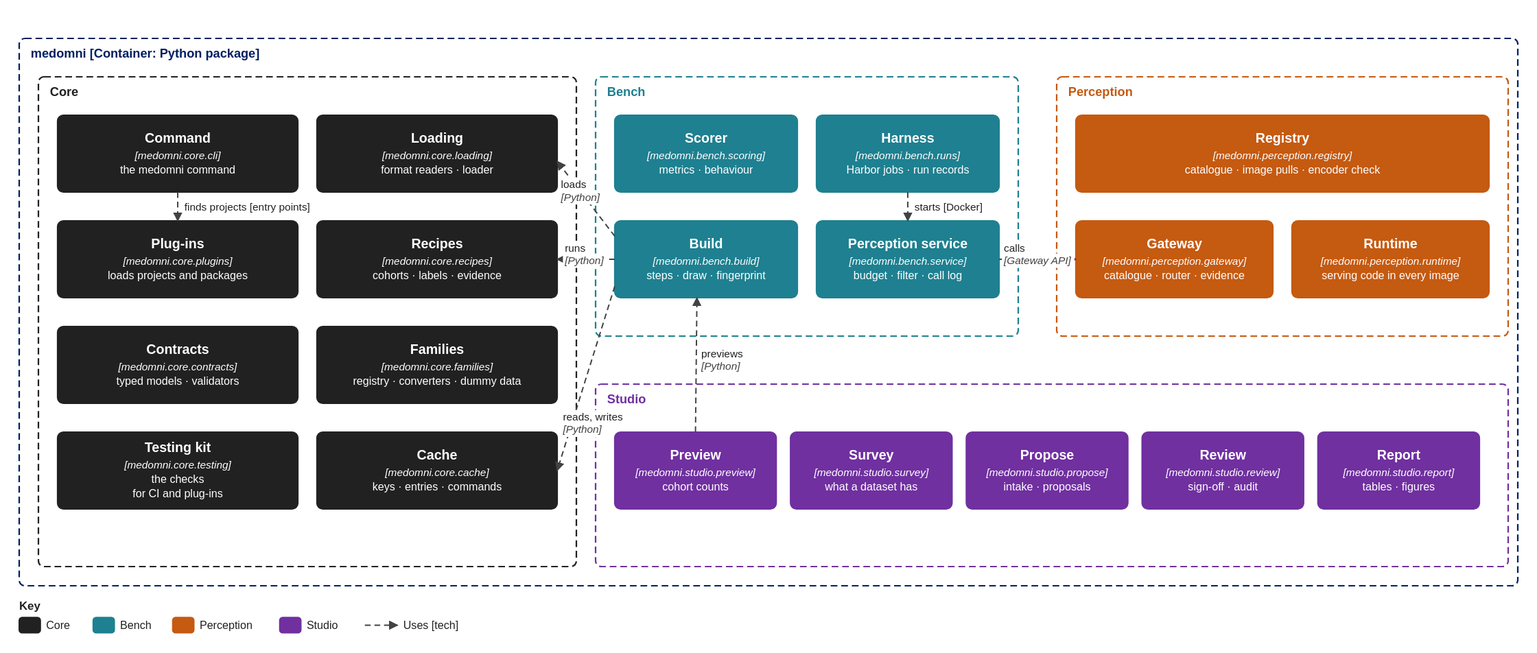
The draw.io diagram docs/assets/c3-components.drawio.svg in medomni/MedOmni, before a commit. Source tidied: cells renumbered, new cells last; positions are measured from the earlier drawing's top-left corner, leaving out a move shared by most shapes.
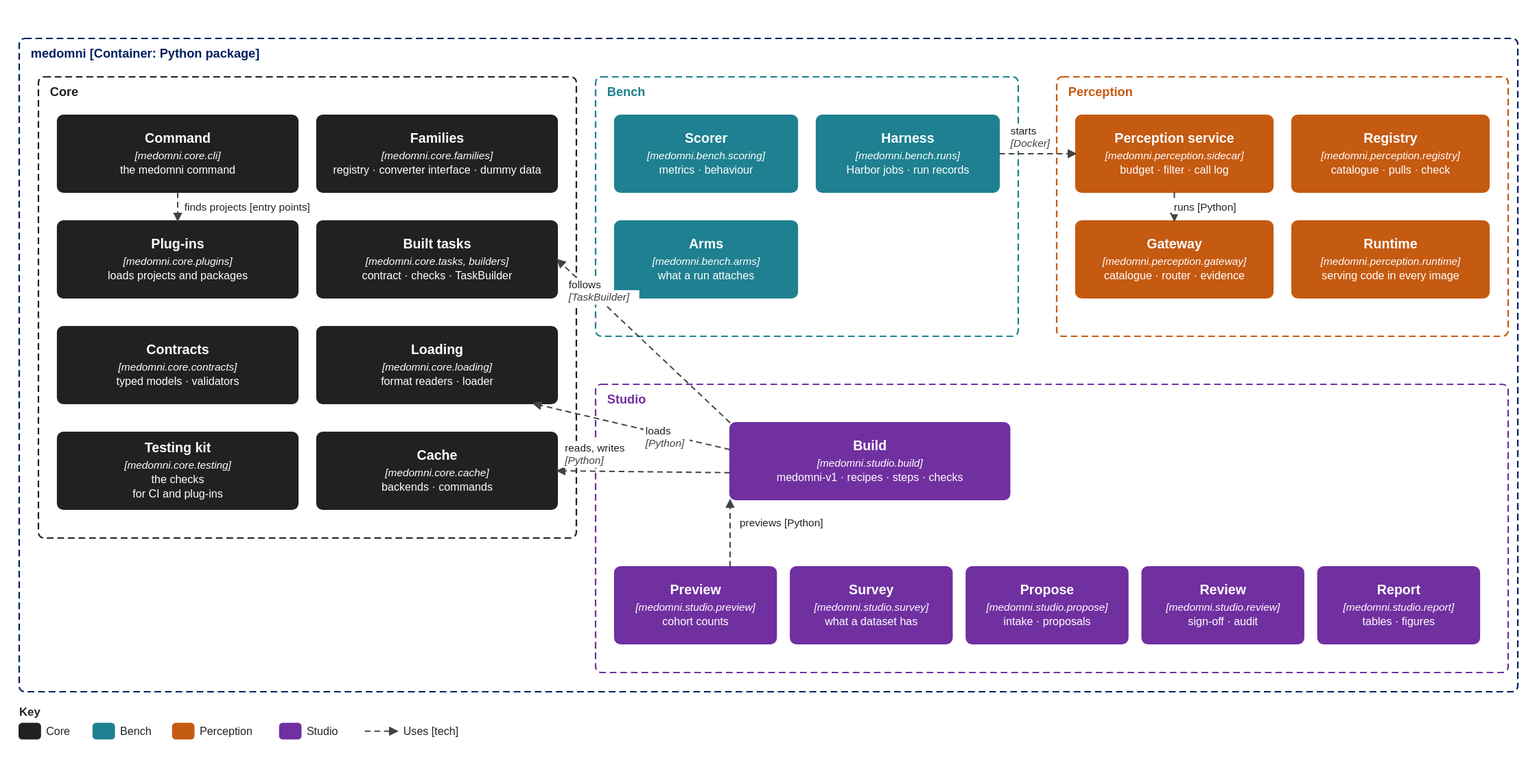
Above is the later version.

Change to the diagram source:
```diff
@@ -3,10 +3,10 @@
     <mxCell id="0" />
     <mxCell id="1" parent="0" />
     <mxCell id="2" value="&lt;b&gt;medomni [Container: Python package]&lt;/b&gt;" style="rounded=1;arcSize=2;whiteSpace=wrap;html=1;fillColor=none;strokeColor=#002060;strokeWidth=1.6;dashed=1;dashPattern=7 4;verticalAlign=top;align=left;spacingLeft=10;fontColor=#002060;fontSize=13;fontFamily=Helvetica, Arial, sans-serif;" parent="1" vertex="1">
-      <mxGeometry width="1560" height="570" as="geometry" />
+      <mxGeometry width="1560" height="680" as="geometry" />
     </mxCell>
     <mxCell id="3" value="&lt;b&gt;Core&lt;/b&gt;" style="rounded=1;arcSize=2;whiteSpace=wrap;html=1;fillColor=none;strokeColor=#212121;strokeWidth=1.6;dashed=1;dashPattern=7 4;verticalAlign=top;align=left;spacingLeft=10;fontColor=#212121;fontSize=13;fontFamily=Helvetica, Arial, sans-serif;" parent="1" vertex="1">
-      <mxGeometry x="20" y="40" width="560" height="510" as="geometry" />
+      <mxGeometry x="20" y="40" width="560" height="480" as="geometry" />
     </mxCell>
     <mxCell id="4" value="&lt;b&gt;Bench&lt;/b&gt;" style="rounded=1;arcSize=2;whiteSpace=wrap;html=1;fillColor=none;strokeColor=#1E8090;strokeWidth=1.6;dashed=1;dashPattern=7 4;verticalAlign=top;align=left;spacingLeft=10;fontColor=#1E8090;fontSize=13;fontFamily=Helvetica, Arial, sans-serif;" parent="1" vertex="1">
       <mxGeometry x="600" y="40" width="440" height="270" as="geometry" />
@@ -15,7 +15,7 @@
       <mxGeometry x="1080" y="40" width="470" height="270" as="geometry" />
     </mxCell>
     <mxCell id="6" value="&lt;b&gt;Studio&lt;/b&gt;" style="rounded=1;arcSize=2;whiteSpace=wrap;html=1;fillColor=none;strokeColor=#7030A0;strokeWidth=1.6;dashed=1;dashPattern=7 4;verticalAlign=top;align=left;spacingLeft=10;fontColor=#7030A0;fontSize=13;fontFamily=Helvetica, Arial, sans-serif;" parent="1" vertex="1">
-      <mxGeometry x="600" y="360" width="950" height="190" as="geometry" />
+      <mxGeometry x="600" y="360" width="950" height="300" as="geometry" />
     </mxCell>
     <mxCell id="7" value="&lt;b style='font-size:14px'&gt;Command&lt;/b&gt;&lt;br&gt;&lt;i style='font-size:11px'&gt;[medomni.core.cli]&lt;/i&gt;&lt;br&gt;the medomni command" style="rounded=1;arcSize=6;whiteSpace=wrap;html=1;fillColor=#212121;strokeColor=#212121;strokeWidth=1.6;fontColor=#FFFFFF;fontSize=11.5;fontFamily=Helvetica, Arial, sans-serif;" parent="1" vertex="1">
       <mxGeometry x="40" y="80" width="250" height="80" as="geometry" />
@@ -30,31 +30,31 @@
       <mxGeometry x="40" y="410" width="250" height="80" as="geometry" />
     </mxCell>
     <mxCell id="11" value="&lt;b style='font-size:14px'&gt;Loading&lt;/b&gt;&lt;br&gt;&lt;i style='font-size:11px'&gt;[medomni.core.loading]&lt;/i&gt;&lt;br&gt;format readers · loader" style="rounded=1;arcSize=6;whiteSpace=wrap;html=1;fillColor=#212121;strokeColor=#212121;strokeWidth=1.6;fontColor=#FFFFFF;fontSize=11.5;fontFamily=Helvetica, Arial, sans-serif;" parent="1" vertex="1">
-      <mxGeometry x="310" y="80" width="250" height="80" as="geometry" />
+      <mxGeometry x="310" y="300" width="250" height="80" as="geometry" />
     </mxCell>
-    <mxCell id="12" value="&lt;b style='font-size:14px'&gt;Recipes&lt;/b&gt;&lt;br&gt;&lt;i style='font-size:11px'&gt;[medomni.core.recipes]&lt;/i&gt;&lt;br&gt;cohorts · labels · evidence" style="rounded=1;arcSize=6;whiteSpace=wrap;html=1;fillColor=#212121;strokeColor=#212121;strokeWidth=1.6;fontColor=#FFFFFF;fontSize=11.5;fontFamily=Helvetica, Arial, sans-serif;" parent="1" vertex="1">
-      <mxGeometry x="310" y="190" width="250" height="80" as="geometry" />
-    </mxCell>
-    <mxCell id="13" value="&lt;b style='font-size:14px'&gt;Families&lt;/b&gt;&lt;br&gt;&lt;i style='font-size:11px'&gt;[medomni.core.families]&lt;/i&gt;&lt;br&gt;registry · converters · dummy data" style="rounded=1;arcSize=6;whiteSpace=wrap;html=1;fillColor=#212121;strokeColor=#212121;strokeWidth=1.6;fontColor=#FFFFFF;fontSize=11.5;fontFamily=Helvetica, Arial, sans-serif;" parent="1" vertex="1">
-      <mxGeometry x="310" y="300" width="250" height="80" as="geometry" />
+    <mxCell id="13" value="&lt;b style='font-size:14px'&gt;Families&lt;/b&gt;&lt;br&gt;&lt;i style='font-size:11px'&gt;[medomni.core.families]&lt;/i&gt;&lt;br&gt;registry · converter interface · dummy data" style="rounded=1;arcSize=6;whiteSpace=wrap;html=1;fillColor=#212121;strokeColor=#212121;strokeWidth=1.6;fontColor=#FFFFFF;fontSize=11.5;fontFamily=Helvetica, Arial, sans-serif;" parent="1" vertex="1">
+      <mxGeometry x="310" y="80" width="250" height="80" as="geometry" />
     </mxCell>
-    <mxCell id="14" value="&lt;b style='font-size:14px'&gt;Cache&lt;/b&gt;&lt;br&gt;&lt;i style='font-size:11px'&gt;[medomni.core.cache]&lt;/i&gt;&lt;br&gt;keys · entries · commands" style="rounded=1;arcSize=6;whiteSpace=wrap;html=1;fillColor=#212121;strokeColor=#212121;strokeWidth=1.6;fontColor=#FFFFFF;fontSize=11.5;fontFamily=Helvetica, Arial, sans-serif;" parent="1" vertex="1">
+    <mxCell id="14" value="&lt;b style='font-size:14px'&gt;Cache&lt;/b&gt;&lt;br&gt;&lt;i style='font-size:11px'&gt;[medomni.core.cache]&lt;/i&gt;&lt;br&gt;backends · commands" style="rounded=1;arcSize=6;whiteSpace=wrap;html=1;fillColor=#212121;strokeColor=#212121;strokeWidth=1.6;fontColor=#FFFFFF;fontSize=11.5;fontFamily=Helvetica, Arial, sans-serif;" parent="1" vertex="1">
       <mxGeometry x="310" y="410" width="250" height="80" as="geometry" />
     </mxCell>
+    <mxCell id="34" value="&lt;b style='font-size:14px'&gt;Built tasks&lt;/b&gt;&lt;br&gt;&lt;i style='font-size:11px'&gt;[medomni.core.tasks, builders]&lt;/i&gt;&lt;br&gt;contract · checks · TaskBuilder" style="rounded=1;arcSize=6;whiteSpace=wrap;html=1;fillColor=#212121;strokeColor=#212121;strokeWidth=1.6;fontColor=#FFFFFF;fontSize=11.5;fontFamily=Helvetica, Arial, sans-serif;" parent="1" vertex="1">
+      <mxGeometry x="310" y="190" width="250" height="80" as="geometry" />
+    </mxCell>
     <mxCell id="15" value="&lt;b style='font-size:14px'&gt;Scorer&lt;/b&gt;&lt;br&gt;&lt;i style='font-size:11px'&gt;[medomni.bench.scoring]&lt;/i&gt;&lt;br&gt;metrics · behaviour" style="rounded=1;arcSize=6;whiteSpace=wrap;html=1;fillColor=#1E8090;strokeColor=#1E8090;strokeWidth=1.6;fontColor=#FFFFFF;fontSize=11.5;fontFamily=Helvetica, Arial, sans-serif;" parent="1" vertex="1">
       <mxGeometry x="620" y="80" width="190" height="80" as="geometry" />
     </mxCell>
     <mxCell id="16" value="&lt;b style='font-size:14px'&gt;Harness&lt;/b&gt;&lt;br&gt;&lt;i style='font-size:11px'&gt;[medomni.bench.runs]&lt;/i&gt;&lt;br&gt;Harbor jobs · run records" style="rounded=1;arcSize=6;whiteSpace=wrap;html=1;fillColor=#1E8090;strokeColor=#1E8090;strokeWidth=1.6;fontColor=#FFFFFF;fontSize=11.5;fontFamily=Helvetica, Arial, sans-serif;" parent="1" vertex="1">
       <mxGeometry x="830" y="80" width="190" height="80" as="geometry" />
     </mxCell>
-    <mxCell id="17" value="&lt;b style='font-size:14px'&gt;Build&lt;/b&gt;&lt;br&gt;&lt;i style='font-size:11px'&gt;[medomni.bench.build]&lt;/i&gt;&lt;br&gt;steps · draw · fingerprint" style="rounded=1;arcSize=6;whiteSpace=wrap;html=1;fillColor=#1E8090;strokeColor=#1E8090;strokeWidth=1.6;fontColor=#FFFFFF;fontSize=11.5;fontFamily=Helvetica, Arial, sans-serif;" parent="1" vertex="1">
-      <mxGeometry x="620" y="190" width="190" height="80" as="geometry" />
-    </mxCell>
+    <mxCell id="35" value="&lt;b style='font-size:14px'&gt;Arms&lt;/b&gt;&lt;br&gt;&lt;i style='font-size:11px'&gt;[medomni.bench.arms]&lt;/i&gt;&lt;br&gt;what a run attaches" style="rounded=1;arcSize=6;whiteSpace=wrap;html=1;fillColor=#1E8090;strokeColor=#1E8090;strokeWidth=1.6;fontColor=#FFFFFF;fontSize=11.5;fontFamily=Helvetica, Arial, sans-serif;" parent="1" vertex="1">
+      <mxGeometry x="620" y="190" width="190" height="80" as="geometry" />
+    </mxCell>
-    <mxCell id="18" value="&lt;b style='font-size:14px'&gt;Perception service&lt;/b&gt;&lt;br&gt;&lt;i style='font-size:11px'&gt;[medomni.bench.service]&lt;/i&gt;&lt;br&gt;budget · filter · call log" style="rounded=1;arcSize=6;whiteSpace=wrap;html=1;fillColor=#1E8090;strokeColor=#1E8090;strokeWidth=1.6;fontColor=#FFFFFF;fontSize=11.5;fontFamily=Helvetica, Arial, sans-serif;" parent="1" vertex="1">
-      <mxGeometry x="830" y="190" width="190" height="80" as="geometry" />
+    <mxCell id="18" value="&lt;b style='font-size:14px'&gt;Perception service&lt;/b&gt;&lt;br&gt;&lt;i style='font-size:11px'&gt;[medomni.perception.sidecar]&lt;/i&gt;&lt;br&gt;budget · filter · call log" style="rounded=1;arcSize=6;whiteSpace=wrap;html=1;fillColor=#C55A11;strokeColor=#C55A11;strokeWidth=1.6;fontColor=#FFFFFF;fontSize=11.5;fontFamily=Helvetica, Arial, sans-serif;" parent="1" vertex="1">
+      <mxGeometry x="1100" y="80" width="205" height="80" as="geometry" />
     </mxCell>
-    <mxCell id="19" value="&lt;b style='font-size:14px'&gt;Registry&lt;/b&gt;&lt;br&gt;&lt;i style='font-size:11px'&gt;[medomni.perception.registry]&lt;/i&gt;&lt;br&gt;catalogue · image pulls · encoder check" style="rounded=1;arcSize=6;whiteSpace=wrap;html=1;fillColor=#C55A11;strokeColor=#C55A11;strokeWidth=1.6;fontColor=#FFFFFF;fontSize=11.5;fontFamily=Helvetica, Arial, sans-serif;" parent="1" vertex="1">
-      <mxGeometry x="1100" y="80" width="430" height="80" as="geometry" />
+    <mxCell id="19" value="&lt;b style='font-size:14px'&gt;Registry&lt;/b&gt;&lt;br&gt;&lt;i style='font-size:11px'&gt;[medomni.perception.registry]&lt;/i&gt;&lt;br&gt;catalogue · pulls · check" style="rounded=1;arcSize=6;whiteSpace=wrap;html=1;fillColor=#C55A11;strokeColor=#C55A11;strokeWidth=1.6;fontColor=#FFFFFF;fontSize=11.5;fontFamily=Helvetica, Arial, sans-serif;" parent="1" vertex="1">
+      <mxGeometry x="1325" y="80" width="205" height="80" as="geometry" />
     </mxCell>
     <mxCell id="20" value="&lt;b style='font-size:14px'&gt;Gateway&lt;/b&gt;&lt;br&gt;&lt;i style='font-size:11px'&gt;[medomni.perception.gateway]&lt;/i&gt;&lt;br&gt;catalogue · router · evidence" style="rounded=1;arcSize=6;whiteSpace=wrap;html=1;fillColor=#C55A11;strokeColor=#C55A11;strokeWidth=1.6;fontColor=#FFFFFF;fontSize=11.5;fontFamily=Helvetica, Arial, sans-serif;" parent="1" vertex="1">
       <mxGeometry x="1100" y="190" width="205" height="80" as="geometry" />
@@ -62,20 +62,23 @@
     <mxCell id="21" value="&lt;b style='font-size:14px'&gt;Runtime&lt;/b&gt;&lt;br&gt;&lt;i style='font-size:11px'&gt;[medomni.perception.runtime]&lt;/i&gt;&lt;br&gt;serving code in every image" style="rounded=1;arcSize=6;whiteSpace=wrap;html=1;fillColor=#C55A11;strokeColor=#C55A11;strokeWidth=1.6;fontColor=#FFFFFF;fontSize=11.5;fontFamily=Helvetica, Arial, sans-serif;" parent="1" vertex="1">
       <mxGeometry x="1325" y="190" width="205" height="80" as="geometry" />
     </mxCell>
+    <mxCell id="17" value="&lt;b style='font-size:14px'&gt;Build&lt;/b&gt;&lt;br&gt;&lt;i style='font-size:11px'&gt;[medomni.studio.build]&lt;/i&gt;&lt;br&gt;medomni-v1 · recipes · steps · checks" style="rounded=1;arcSize=6;whiteSpace=wrap;html=1;fillColor=#7030A0;strokeColor=#7030A0;strokeWidth=1.6;fontColor=#FFFFFF;fontSize=11.5;fontFamily=Helvetica, Arial, sans-serif;" parent="1" vertex="1">
+      <mxGeometry x="740" y="400" width="291" height="80" as="geometry" />
+    </mxCell>
     <mxCell id="22" value="&lt;b style='font-size:14px'&gt;Preview&lt;/b&gt;&lt;br&gt;&lt;i style='font-size:11px'&gt;[medomni.studio.preview]&lt;/i&gt;&lt;br&gt;cohort counts" style="rounded=1;arcSize=6;whiteSpace=wrap;html=1;fillColor=#7030A0;strokeColor=#7030A0;strokeWidth=1.6;fontColor=#FFFFFF;fontSize=11.5;fontFamily=Helvetica, Arial, sans-serif;" parent="1" vertex="1">
-      <mxGeometry x="620" y="410" width="168" height="80" as="geometry" />
+      <mxGeometry x="620" y="550" width="168" height="80" as="geometry" />
     </mxCell>
     <mxCell id="23" value="&lt;b style='font-size:14px'&gt;Survey&lt;/b&gt;&lt;br&gt;&lt;i style='font-size:11px'&gt;[medomni.studio.survey]&lt;/i&gt;&lt;br&gt;what a dataset has" style="rounded=1;arcSize=6;whiteSpace=wrap;html=1;fillColor=#7030A0;strokeColor=#7030A0;strokeWidth=1.6;fontColor=#FFFFFF;fontSize=11.5;fontFamily=Helvetica, Arial, sans-serif;" parent="1" vertex="1">
-      <mxGeometry x="803" y="410" width="168" height="80" as="geometry" />
+      <mxGeometry x="803" y="550" width="168" height="80" as="geometry" />
     </mxCell>
     <mxCell id="24" value="&lt;b style='font-size:14px'&gt;Propose&lt;/b&gt;&lt;br&gt;&lt;i style='font-size:11px'&gt;[medomni.studio.propose]&lt;/i&gt;&lt;br&gt;intake · proposals" style="rounded=1;arcSize=6;whiteSpace=wrap;html=1;fillColor=#7030A0;strokeColor=#7030A0;strokeWidth=1.6;fontColor=#FFFFFF;fontSize=11.5;fontFamily=Helvetica, Arial, sans-serif;" parent="1" vertex="1">
-      <mxGeometry x="986" y="410" width="168" height="80" as="geometry" />
+      <mxGeometry x="986" y="550" width="168" height="80" as="geometry" />
     </mxCell>
     <mxCell id="25" value="&lt;b style='font-size:14px'&gt;Review&lt;/b&gt;&lt;br&gt;&lt;i style='font-size:11px'&gt;[medomni.studio.review]&lt;/i&gt;&lt;br&gt;sign-off · audit" style="rounded=1;arcSize=6;whiteSpace=wrap;html=1;fillColor=#7030A0;strokeColor=#7030A0;strokeWidth=1.6;fontColor=#FFFFFF;fontSize=11.5;fontFamily=Helvetica, Arial, sans-serif;" parent="1" vertex="1">
-      <mxGeometry x="1169" y="410" width="168" height="80" as="geometry" />
+      <mxGeometry x="1169" y="550" width="168" height="80" as="geometry" />
     </mxCell>
     <mxCell id="26" value="&lt;b style='font-size:14px'&gt;Report&lt;/b&gt;&lt;br&gt;&lt;i style='font-size:11px'&gt;[medomni.studio.report]&lt;/i&gt;&lt;br&gt;tables · figures" style="rounded=1;arcSize=6;whiteSpace=wrap;html=1;fillColor=#7030A0;strokeColor=#7030A0;strokeWidth=1.6;fontColor=#FFFFFF;fontSize=11.5;fontFamily=Helvetica, Arial, sans-serif;" parent="1" vertex="1">
-      <mxGeometry x="1352" y="410" width="168" height="80" as="geometry" />
+      <mxGeometry x="1352" y="550" width="168" height="80" as="geometry" />
     </mxCell>
     <mxCell id="27" value="finds projects&lt;br&gt;&lt;i&gt;[entry points]&lt;/i&gt;" style="html=1;rounded=0;strokeColor=#424242;strokeWidth=1.4;dashed=1;dashPattern=6 4;endArrow=block;endFill=1;fontSize=11;fontFamily=Helvetica, Arial, sans-serif;labelBackgroundColor=#FFFFFF;" parent="1" edge="1" source="7" target="8">
       <mxGeometry relative="1" as="geometry" />
@@ -83,16 +86,16 @@
     <mxCell id="28" value="loads&lt;br&gt;&lt;i&gt;[Python]&lt;/i&gt;" style="html=1;rounded=0;strokeColor=#424242;strokeWidth=1.4;dashed=1;dashPattern=6 4;endArrow=block;endFill=1;fontSize=11;fontFamily=Helvetica, Arial, sans-serif;labelBackgroundColor=#FFFFFF;" parent="1" edge="1" source="17" target="11">
       <mxGeometry relative="1" as="geometry" />
     </mxCell>
-    <mxCell id="29" value="runs&lt;br&gt;&lt;i&gt;[Python]&lt;/i&gt;" style="html=1;rounded=0;strokeColor=#424242;strokeWidth=1.4;dashed=1;dashPattern=6 4;endArrow=block;endFill=1;fontSize=11;fontFamily=Helvetica, Arial, sans-serif;labelBackgroundColor=#FFFFFF;" parent="1" edge="1" source="17" target="12">
+    <mxCell id="29" value="reads, writes&lt;br&gt;&lt;i&gt;[Python]&lt;/i&gt;" style="html=1;rounded=0;strokeColor=#424242;strokeWidth=1.4;dashed=1;dashPattern=6 4;endArrow=block;endFill=1;fontSize=11;fontFamily=Helvetica, Arial, sans-serif;labelBackgroundColor=#FFFFFF;" parent="1" edge="1" source="17" target="14">
       <mxGeometry relative="1" as="geometry" />
     </mxCell>
-    <mxCell id="30" value="reads, writes&lt;br&gt;&lt;i&gt;[Python]&lt;/i&gt;" style="html=1;rounded=0;strokeColor=#424242;strokeWidth=1.4;dashed=1;dashPattern=6 4;endArrow=block;endFill=1;fontSize=11;fontFamily=Helvetica, Arial, sans-serif;labelBackgroundColor=#FFFFFF;" parent="1" edge="1" source="17" target="14">
+    <mxCell id="30" value="follows&lt;br&gt;&lt;i&gt;[TaskBuilder]&lt;/i&gt;" style="html=1;rounded=0;strokeColor=#424242;strokeWidth=1.4;dashed=1;dashPattern=6 4;endArrow=block;endFill=1;fontSize=11;fontFamily=Helvetica, Arial, sans-serif;labelBackgroundColor=#FFFFFF;" parent="1" edge="1" source="17" target="34">
       <mxGeometry relative="1" as="geometry" />
     </mxCell>
     <mxCell id="31" value="starts&lt;br&gt;&lt;i&gt;[Docker]&lt;/i&gt;" style="html=1;rounded=0;strokeColor=#424242;strokeWidth=1.4;dashed=1;dashPattern=6 4;endArrow=block;endFill=1;fontSize=11;fontFamily=Helvetica, Arial, sans-serif;labelBackgroundColor=#FFFFFF;" parent="1" edge="1" source="16" target="18">
       <mxGeometry relative="1" as="geometry" />
     </mxCell>
-    <mxCell id="32" value="calls&lt;br&gt;&lt;i&gt;[Gateway API]&lt;/i&gt;" style="html=1;rounded=0;strokeColor=#424242;strokeWidth=1.4;dashed=1;dashPattern=6 4;endArrow=block;endFill=1;fontSize=11;fontFamily=Helvetica, Arial, sans-serif;labelBackgroundColor=#FFFFFF;" parent="1" edge="1" source="18" target="20">
+    <mxCell id="32" value="runs&lt;br&gt;&lt;i&gt;[Python]&lt;/i&gt;" style="html=1;rounded=0;strokeColor=#424242;strokeWidth=1.4;dashed=1;dashPattern=6 4;endArrow=block;endFill=1;fontSize=11;fontFamily=Helvetica, Arial, sans-serif;labelBackgroundColor=#FFFFFF;" parent="1" edge="1" source="18" target="20">
       <mxGeometry relative="1" as="geometry" />
     </mxCell>
     <mxCell id="33" value="previews&lt;br&gt;&lt;i&gt;[Python]&lt;/i&gt;" style="html=1;rounded=0;strokeColor=#424242;strokeWidth=1.4;dashed=1;dashPattern=6 4;endArrow=block;endFill=1;fontSize=11;fontFamily=Helvetica, Arial, sans-serif;labelBackgroundColor=#FFFFFF;" parent="1" edge="1" source="22" target="17">
```
